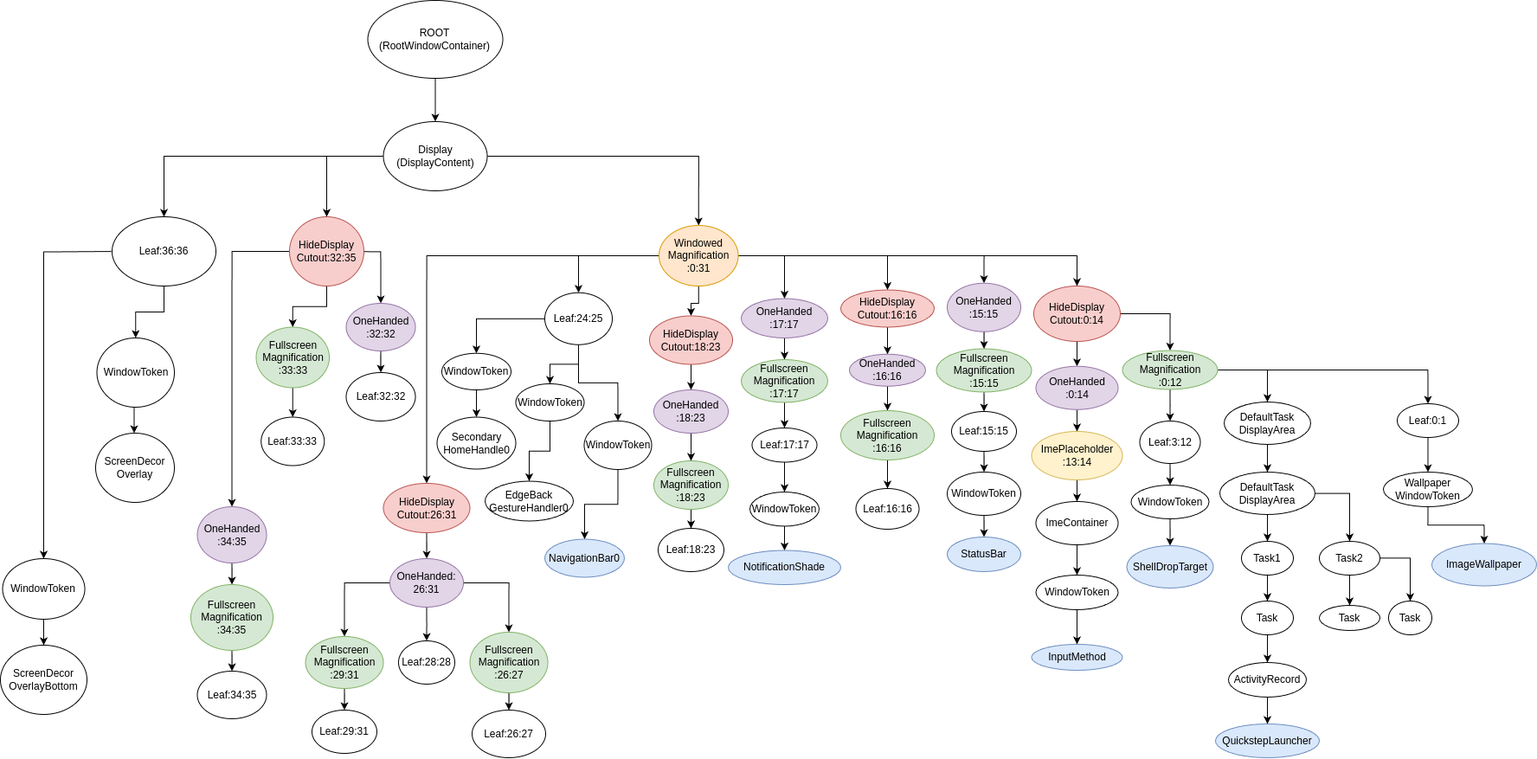
Earlier version of the draw.io export docs/android/fws/wms/img/wms_layer.drawio.png (13757539485/note). Source tidied: cells renumbered, new cells last; positions are measured from the earlier drawing's top-left corner, leaving out a move shared by most shapes.
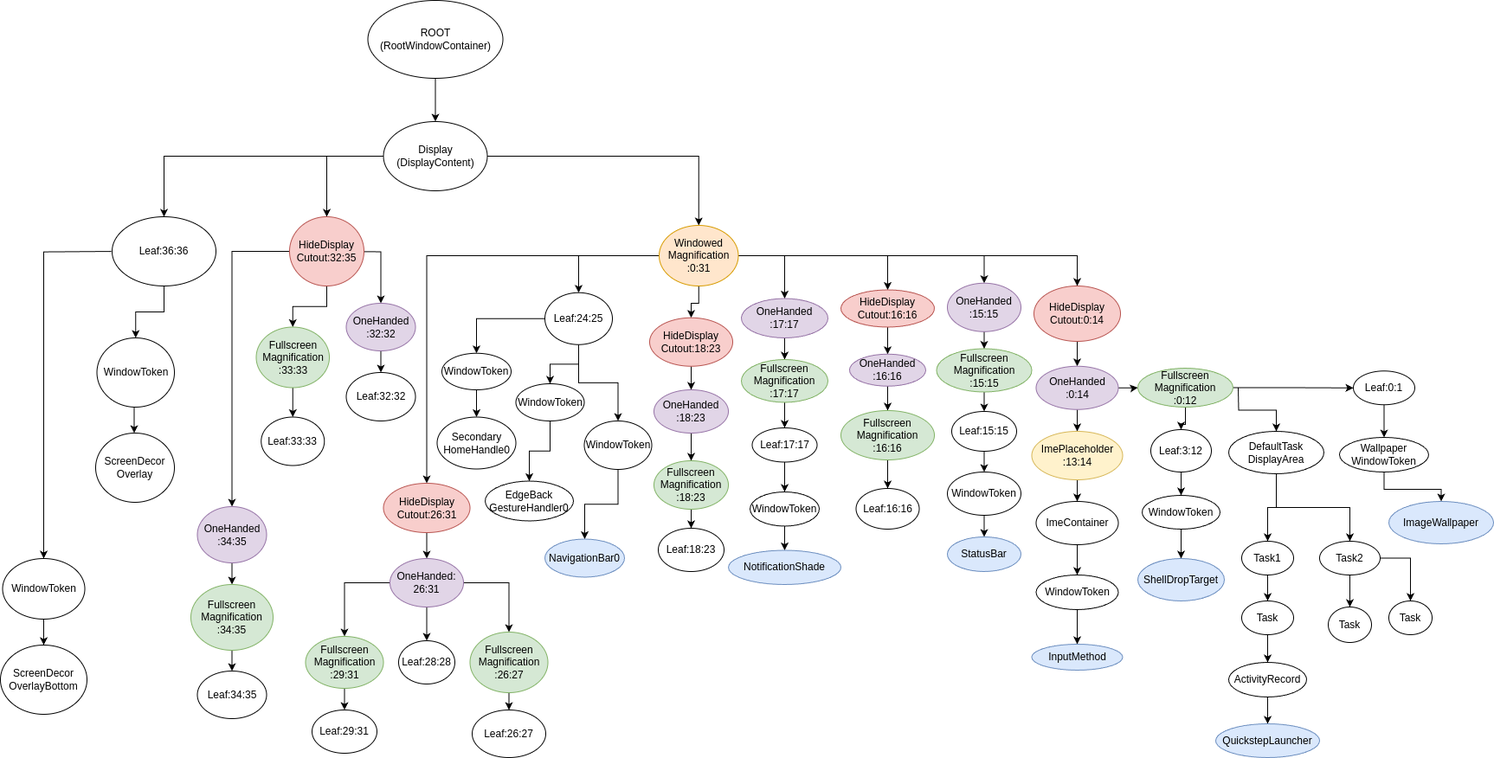
Above is the later version.

What changed in the source:
```diff
@@ -199,7 +199,7 @@
       <mxGeometry relative="1" as="geometry" />
     </mxCell>
     <mxCell id="65" value="HideDisplay&lt;div&gt;Cutout:18:23&lt;/div&gt;" style="ellipse;whiteSpace=wrap;html=1;fillColor=#f8cecc;strokeColor=#b85450;" parent="1" vertex="1">
-      <mxGeometry x="750" y="364.5" width="96" height="56" as="geometry" />
+      <mxGeometry x="750" y="366.8" width="96" height="56" as="geometry" />
     </mxCell>
     <mxCell id="66" style="edgeStyle=orthogonalEdgeStyle;rounded=0;jettySize=auto;html=1;" parent="1" edge="1" source="67" target="69">
       <mxGeometry relative="1" as="geometry" />
@@ -294,15 +294,15 @@
     <mxCell id="96" style="edgeStyle=orthogonalEdgeStyle;rounded=0;jettySize=auto;html=1;" parent="1" edge="1" source="98" target="100">
       <mxGeometry relative="1" as="geometry" />
     </mxCell>
-    <mxCell id="97" style="edgeStyle=orthogonalEdgeStyle;rounded=0;jettySize=auto;html=1;" parent="1" edge="1" source="98" target="111">
-      <mxGeometry relative="1" as="geometry" />
-    </mxCell>
     <mxCell id="98" value="HideDisplay&lt;div&gt;Cutout:0:14&lt;/div&gt;" style="ellipse;whiteSpace=wrap;html=1;fillColor=#f8cecc;strokeColor=#b85450;" parent="1" vertex="1">
       <mxGeometry x="1194" y="330" width="100" height="64" as="geometry" />
     </mxCell>
     <mxCell id="99" style="edgeStyle=orthogonalEdgeStyle;rounded=0;jettySize=auto;html=1;" parent="1" edge="1" source="100" target="102">
       <mxGeometry relative="1" as="geometry" />
     </mxCell>
+    <mxCell id="141" style="edgeStyle=orthogonalEdgeStyle;rounded=0;jettySize=auto;html=1;entryX=0;entryY=0.5;entryDx=0;entryDy=0;" parent="1" edge="1" source="100" target="111">
+      <mxGeometry relative="1" as="geometry" />
+    </mxCell>
     <mxCell id="100" value="OneHanded&lt;div&gt;:0:14&lt;/div&gt;" style="ellipse;whiteSpace=wrap;html=1;fillColor=#e1d5e7;strokeColor=#9673a6;" parent="1" vertex="1">
       <mxGeometry x="1196.5" y="422.8" width="95" height="50" as="geometry" />
     </mxCell>
@@ -330,36 +330,32 @@
     <mxCell id="108" style="edgeStyle=orthogonalEdgeStyle;rounded=0;jettySize=auto;html=1;" parent="1" edge="1" source="111" target="113">
       <mxGeometry relative="1" as="geometry" />
     </mxCell>
-    <mxCell id="109" style="edgeStyle=orthogonalEdgeStyle;rounded=0;jettySize=auto;html=1;" parent="1" edge="1" source="111" target="118">
-      <mxGeometry relative="1" as="geometry" />
-    </mxCell>
     <mxCell id="110" style="edgeStyle=orthogonalEdgeStyle;rounded=0;jettySize=auto;html=1;" parent="1" edge="1" source="111" target="135">
       <mxGeometry relative="1" as="geometry" />
     </mxCell>
+    <mxCell id="142" style="edgeStyle=orthogonalEdgeStyle;rounded=0;jettySize=auto;html=1;" parent="1" edge="1" target="121">
+      <mxGeometry relative="1" as="geometry">
+        <mxPoint x="1430" y="448" as="sourcePoint" />
+      </mxGeometry>
+    </mxCell>
     <mxCell id="111" value="Fullscreen&lt;div&gt;Magnification&lt;/div&gt;&lt;div&gt;:0:12&lt;/div&gt;" style="ellipse;whiteSpace=wrap;html=1;fillColor=#d5e8d4;strokeColor=#82b366;" parent="1" vertex="1">
-      <mxGeometry x="1296.5" y="404.5" width="110" height="45" as="geometry" />
+      <mxGeometry x="1314" y="425" width="110" height="45" as="geometry" />
     </mxCell>
     <mxCell id="112" style="edgeStyle=orthogonalEdgeStyle;rounded=0;jettySize=auto;html=1;" parent="1" edge="1" source="113" target="115">
       <mxGeometry relative="1" as="geometry" />
     </mxCell>
     <mxCell id="113" value="Leaf:3:12" style="ellipse;whiteSpace=wrap;html=1;" parent="1" vertex="1">
-      <mxGeometry x="1316.5" y="486" width="70" height="49" as="geometry" />
+      <mxGeometry x="1329" y="496" width="70" height="49" as="geometry" />
     </mxCell>
     <mxCell id="114" style="edgeStyle=orthogonalEdgeStyle;rounded=0;jettySize=auto;html=1;" parent="1" edge="1" source="115" target="116">
       <mxGeometry relative="1" as="geometry" />
     </mxCell>
     <mxCell id="115" value="WindowToken" style="ellipse;whiteSpace=wrap;html=1;" parent="1" vertex="1">
-      <mxGeometry x="1306.5" y="560" width="90" height="39" as="geometry" />
+      <mxGeometry x="1319" y="572" width="90" height="39" as="geometry" />
     </mxCell>
     <mxCell id="116" value="ShellDropTarget" style="ellipse;whiteSpace=wrap;html=1;fillColor=#dae8fc;strokeColor=#6c8ebf;" parent="1" vertex="1">
-      <mxGeometry x="1301.5" y="630" width="100" height="49" as="geometry" />
+      <mxGeometry x="1314" y="645" width="100" height="49" as="geometry" />
     </mxCell>
-    <mxCell id="117" style="edgeStyle=orthogonalEdgeStyle;rounded=0;jettySize=auto;html=1;" parent="1" edge="1" source="118" target="121">
-      <mxGeometry relative="1" as="geometry" />
-    </mxCell>
-    <mxCell id="118" value="DefaultTask&lt;div&gt;DisplayArea&lt;/div&gt;" style="ellipse;whiteSpace=wrap;html=1;" parent="1" vertex="1">
-      <mxGeometry x="1414" y="464" width="100" height="49" as="geometry" />
-    </mxCell>
     <mxCell id="119" style="edgeStyle=orthogonalEdgeStyle;rounded=0;jettySize=auto;html=1;" parent="1" edge="1" source="121" target="123">
       <mxGeometry relative="1" as="geometry" />
     </mxCell>
@@ -367,7 +363,7 @@
       <mxGeometry relative="1" as="geometry" />
     </mxCell>
     <mxCell id="121" value="DefaultTask&lt;div&gt;DisplayArea&lt;/div&gt;" style="ellipse;whiteSpace=wrap;html=1;" parent="1" vertex="1">
-      <mxGeometry x="1409" y="545" width="110" height="49" as="geometry" />
+      <mxGeometry x="1419" y="498" width="110" height="49" as="geometry" />
     </mxCell>
     <mxCell id="122" style="edgeStyle=orthogonalEdgeStyle;rounded=0;jettySize=auto;html=1;" parent="1" edge="1" source="123" target="125">
       <mxGeometry relative="1" as="geometry" />
@@ -400,7 +396,7 @@
       <mxGeometry x="1524" y="625" width="70" height="39" as="geometry" />
     </mxCell>
     <mxCell id="132" value="Task" style="ellipse;whiteSpace=wrap;html=1;" parent="1" vertex="1">
-      <mxGeometry x="1524" y="699" width="70" height="29" as="geometry" />
+      <mxGeometry x="1534" y="701" width="50" height="41" as="geometry" />
     </mxCell>
     <mxCell id="133" value="Task" style="ellipse;whiteSpace=wrap;html=1;" parent="1" vertex="1">
       <mxGeometry x="1604" y="694" width="50" height="39" as="geometry" />
@@ -409,16 +405,16 @@
       <mxGeometry relative="1" as="geometry" />
     </mxCell>
     <mxCell id="135" value="Leaf:0:1" style="ellipse;whiteSpace=wrap;html=1;" parent="1" vertex="1">
-      <mxGeometry x="1614" y="466" width="71" height="39" as="geometry" />
+      <mxGeometry x="1563" y="428.2" width="71" height="39" as="geometry" />
     </mxCell>
     <mxCell id="136" style="edgeStyle=orthogonalEdgeStyle;rounded=0;jettySize=auto;html=1;" parent="1" edge="1" source="137" target="138">
       <mxGeometry relative="1" as="geometry" />
     </mxCell>
     <mxCell id="137" value="Wallpaper&lt;div&gt;WindowToken&lt;/div&gt;" style="ellipse;whiteSpace=wrap;html=1;" parent="1" vertex="1">
-      <mxGeometry x="1598" y="545" width="103" height="40" as="geometry" />
+      <mxGeometry x="1547" y="505" width="103" height="40" as="geometry" />
     </mxCell>
     <mxCell id="138" value="ImageWallpaper" style="ellipse;whiteSpace=wrap;html=1;fillColor=#dae8fc;strokeColor=#6c8ebf;" parent="1" vertex="1">
-      <mxGeometry x="1654" y="627.5" width="121" height="49" as="geometry" />
+      <mxGeometry x="1604" y="579" width="121" height="49" as="geometry" />
     </mxCell>
     <mxCell id="139" style="edgeStyle=orthogonalEdgeStyle;rounded=0;jettySize=auto;html=1;" parent="1" edge="1" source="55" target="140">
       <mxGeometry relative="1" as="geometry" />
```
